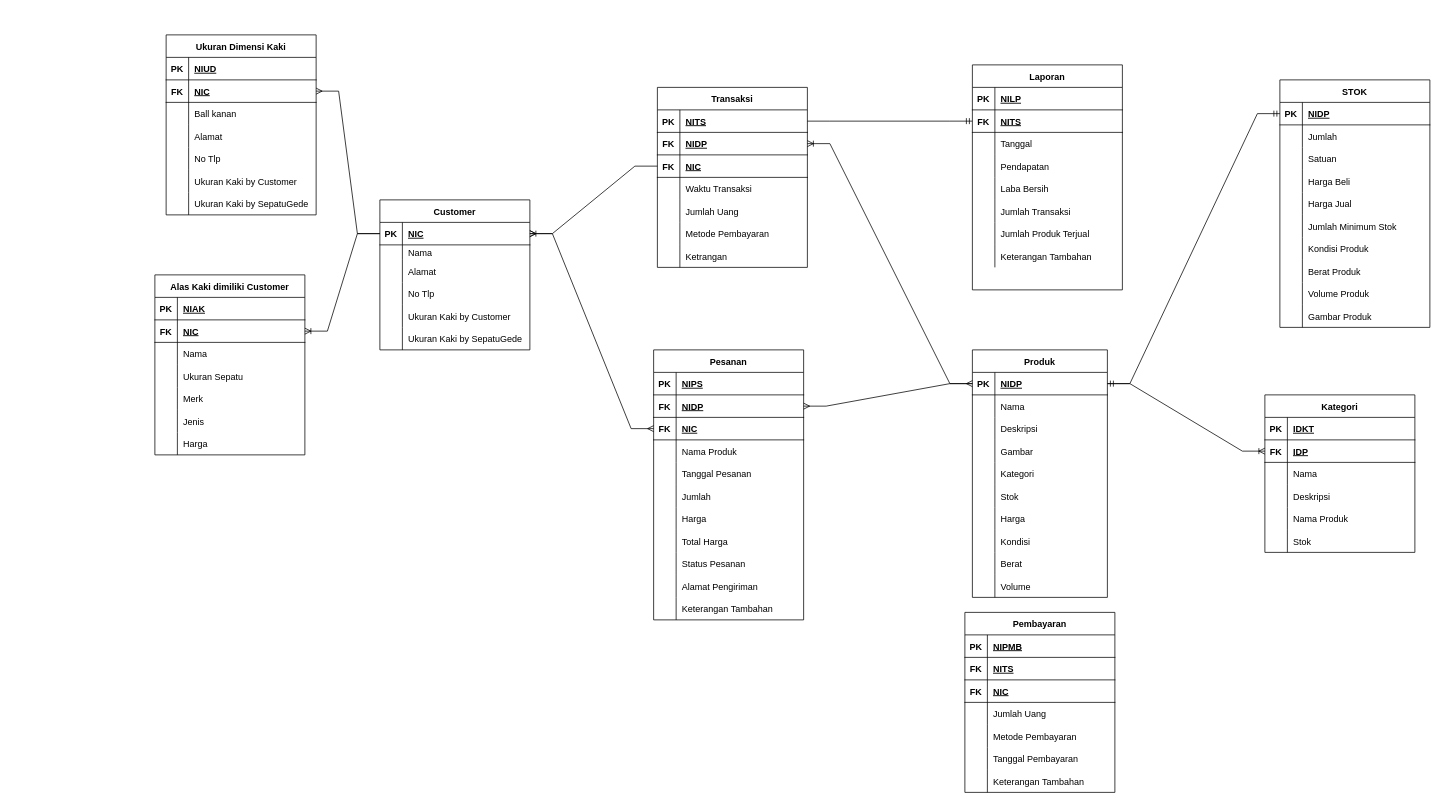
This is POS.drawio from zamzam-mugny/sage.github.io, a draw.io file, before an edit. Source tidied: cells renumbered, new cells numbered last; positions are measured from the earlier drawing's top-left corner, leaving out a move shared by most shapes. Both pictures are drawn from the tidied source at 75%, with x=0, y=0 at pixel (154, 34).
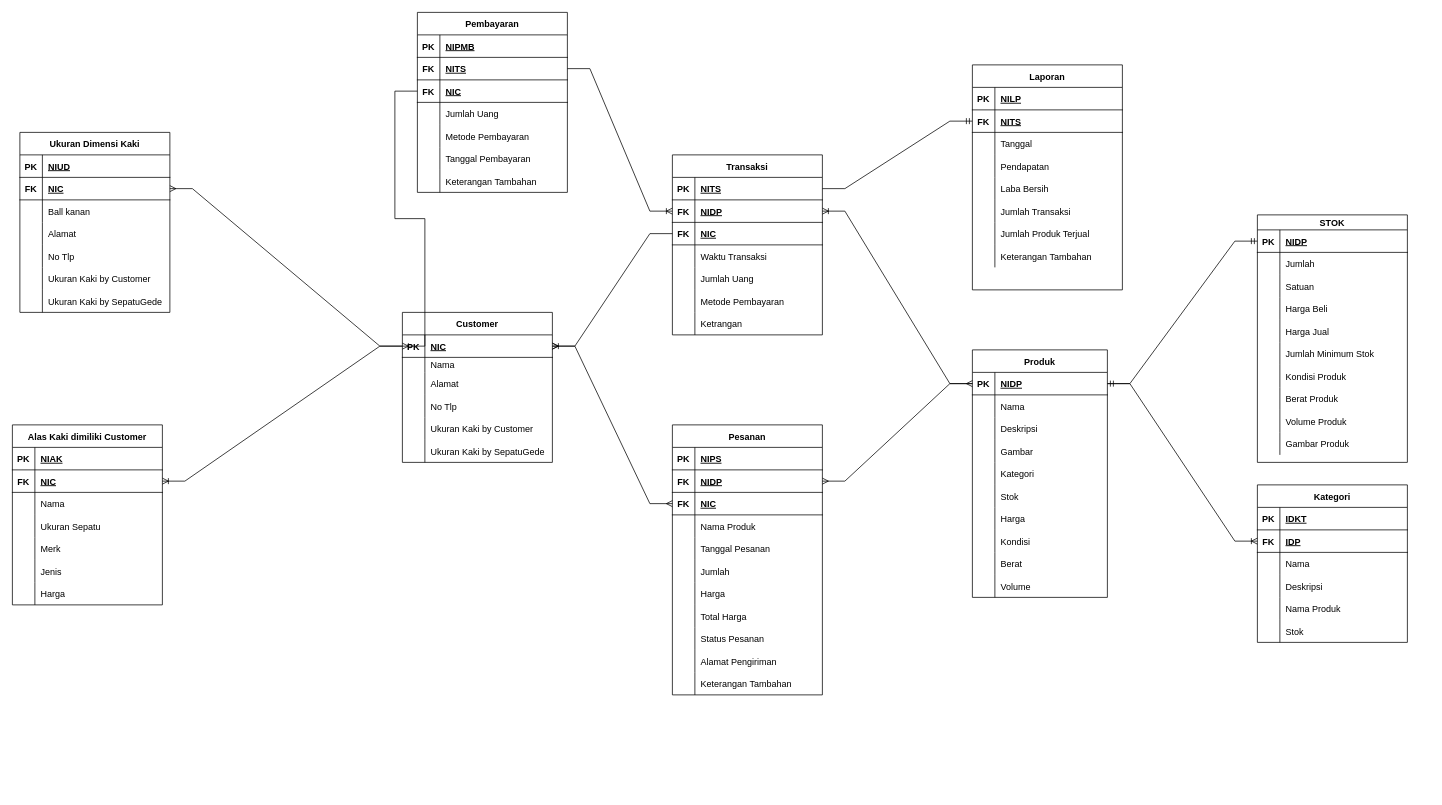
After the change.

Unchanged cells that the change refers to:
```xml
<mxCell id="3" style="shape=tableRow;horizontal=0;startSize=0;swimlaneHead=0;swimlaneBody=0;fillColor=none;points=[[0,0.5],[1,0.5]];portConstraint=eastwest;top=0;left=0;right=0;bottom=1;" parent="2" vertex="1">
  <mxGeometry y="30" width="200" height="30" as="geometry" />
</mxCell>
<mxCell id="125" style="shape=tableRow;horizontal=0;startSize=0;swimlaneHead=0;swimlaneBody=0;fillColor=none;points=[[0,0.5],[1,0.5]];portConstraint=eastwest;top=0;left=0;right=0;bottom=1;" parent="121" vertex="1">
  <mxGeometry y="60" width="200" height="30" as="geometry" />
</mxCell>
<mxCell id="203" style="shape=tableRow;horizontal=0;startSize=0;swimlaneHead=0;swimlaneBody=0;fillColor=none;points=[[0,0.5],[1,0.5]];portConstraint=eastwest;top=0;left=0;right=0;bottom=1;" parent="199" vertex="1">
  <mxGeometry y="60" width="200" height="30" as="geometry" />
</mxCell>
<mxCell id="206" style="shape=tableRow;horizontal=0;startSize=0;swimlaneHead=0;swimlaneBody=0;fillColor=none;points=[[0,0.5],[1,0.5]];portConstraint=eastwest;top=0;left=0;right=0;bottom=1;" parent="199" vertex="1">
  <mxGeometry y="90" width="200" height="30" as="geometry" />
</mxCell>
```

Change to the diagram source:
```diff
@@
     <mxCell id="2" value="Customer" style="shape=table;startSize=30;childLayout=tableLayout;rowLines=0;fontStyle=1;align=center;" parent="1" vertex="1">
-      <mxGeometry x="300" y="220" width="200" height="200" as="geometry" />
+      <mxGeometry x="330" y="370" width="200" height="200" as="geometry" />
     </mxCell>
@@
     <mxCell id="21" value="Alas Kaki dimiliki Customer" style="shape=table;startSize=30;childLayout=tableLayout;rowLines=0;fontStyle=1;align=center;" parent="1" vertex="1">
-      <mxGeometry y="320" width="200" height="240" as="geometry" />
+      <mxGeometry x="-190" y="520" width="200" height="240" as="geometry" />
     </mxCell>
@@
     <mxCell id="44" value="Ukuran Dimensi Kaki" style="shape=table;startSize=30;childLayout=tableLayout;rowLines=0;fontStyle=1;align=center;" parent="1" vertex="1">
-      <mxGeometry x="15" width="200" height="240" as="geometry" />
+      <mxGeometry x="-180" y="130" width="200" height="240" as="geometry" />
     </mxCell>
@@
     <mxCell id="67" value="Kategori" style="shape=table;startSize=30;childLayout=tableLayout;rowLines=0;fontStyle=1;align=center;" parent="1" vertex="1">
-      <mxGeometry x="1480" y="480" width="200" height="210" as="geometry" />
+      <mxGeometry x="1470" y="600" width="200" height="210" as="geometry" />
     </mxCell>
@@
     <mxCell id="87" value="Pesanan" style="shape=table;startSize=30;childLayout=tableLayout;rowLines=0;fontStyle=1;align=center;" parent="1" vertex="1">
-      <mxGeometry x="665" y="420" width="200" height="360" as="geometry" />
+      <mxGeometry x="690" y="520" width="200" height="360" as="geometry" />
     </mxCell>
@@
     <mxCell id="121" value="Transaksi" style="shape=table;startSize=30;childLayout=tableLayout;rowLines=0;fontStyle=1;align=center;" parent="1" vertex="1">
-      <mxGeometry x="670" y="70" width="200" height="240" as="geometry" />
+      <mxGeometry x="690" y="160" width="200" height="240" as="geometry" />
     </mxCell>
@@
-    <mxCell id="143" value="STOK" style="shape=table;startSize=30;childLayout=tableLayout;rowLines=0;fontStyle=1;align=center;" parent="1" vertex="1">
-      <mxGeometry x="1500" y="60" width="200" height="330" as="geometry" />
+    <mxCell id="143" value="STOK" style="shape=table;startSize=20;childLayout=tableLayout;rowLines=0;fontStyle=1;align=center;" parent="1" vertex="1">
+      <mxGeometry x="1470" y="240" width="200" height="330" as="geometry" />
     </mxCell>
     <mxCell id="144" style="shape=tableRow;horizontal=0;startSize=0;swimlaneHead=0;swimlaneBody=0;fillColor=none;points=[[0,0.5],[1,0.5]];portConstraint=eastwest;top=0;left=0;right=0;bottom=1;" parent="143" vertex="1">
-      <mxGeometry y="30" width="200" height="30" as="geometry" />
+      <mxGeometry y="20" width="200" height="30" as="geometry" />
     </mxCell>
@@
     <mxCell id="147" style="shape=tableRow;horizontal=0;startSize=0;swimlaneHead=0;swimlaneBody=0;fillColor=none;top=0;left=0;right=0;bottom=0;" parent="143" vertex="1">
-      <mxGeometry y="60" width="200" height="30" as="geometry" />
+      <mxGeometry y="50" width="200" height="30" as="geometry" />
     </mxCell>
@@
     <mxCell id="150" style="shape=tableRow;horizontal=0;startSize=0;swimlaneHead=0;swimlaneBody=0;fillColor=none;top=0;left=0;right=0;bottom=0;" parent="143" vertex="1">
-      <mxGeometry y="90" width="200" height="30" as="geometry" />
+      <mxGeometry y="80" width="200" height="30" as="geometry" />
     </mxCell>
@@
     <mxCell id="153" style="shape=tableRow;horizontal=0;startSize=0;swimlaneHead=0;swimlaneBody=0;fillColor=none;top=0;left=0;right=0;bottom=0;" parent="143" vertex="1">
-      <mxGeometry y="120" width="200" height="30" as="geometry" />
+      <mxGeometry y="110" width="200" height="30" as="geometry" />
     </mxCell>
@@
     <mxCell id="156" style="shape=tableRow;horizontal=0;startSize=0;swimlaneHead=0;swimlaneBody=0;fillColor=none;top=0;left=0;right=0;bottom=0;" parent="143" vertex="1">
-      <mxGeometry y="150" width="200" height="30" as="geometry" />
+      <mxGeometry y="140" width="200" height="30" as="geometry" />
     </mxCell>
@@
     <mxCell id="159" style="shape=tableRow;horizontal=0;startSize=0;swimlaneHead=0;swimlaneBody=0;fillColor=none;top=0;left=0;right=0;bottom=0;" parent="143" vertex="1">
-      <mxGeometry y="180" width="200" height="30" as="geometry" />
+      <mxGeometry y="170" width="200" height="30" as="geometry" />
     </mxCell>
@@
     <mxCell id="162" style="shape=tableRow;horizontal=0;startSize=0;swimlaneHead=0;swimlaneBody=0;fillColor=none;top=0;left=0;right=0;bottom=0;" parent="143" vertex="1">
-      <mxGeometry y="210" width="200" height="30" as="geometry" />
+      <mxGeometry y="200" width="200" height="30" as="geometry" />
     </mxCell>
@@
     <mxCell id="165" style="shape=tableRow;horizontal=0;startSize=0;swimlaneHead=0;swimlaneBody=0;fillColor=none;top=0;left=0;right=0;bottom=0;" parent="143" vertex="1">
-      <mxGeometry y="240" width="200" height="30" as="geometry" />
+      <mxGeometry y="230" width="200" height="30" as="geometry" />
     </mxCell>
@@
     <mxCell id="168" style="shape=tableRow;horizontal=0;startSize=0;swimlaneHead=0;swimlaneBody=0;fillColor=none;top=0;left=0;right=0;bottom=0;" parent="143" vertex="1">
-      <mxGeometry y="270" width="200" height="30" as="geometry" />
+      <mxGeometry y="260" width="200" height="30" as="geometry" />
     </mxCell>
@@
     <mxCell id="171" style="shape=tableRow;horizontal=0;startSize=0;swimlaneHead=0;swimlaneBody=0;fillColor=none;top=0;left=0;right=0;bottom=0;" parent="143" vertex="1">
-      <mxGeometry y="300" width="200" height="30" as="geometry" />
+      <mxGeometry y="290" width="200" height="30" as="geometry" />
     </mxCell>
@@
     <mxCell id="199" value="Pembayaran" style="shape=table;startSize=30;childLayout=tableLayout;rowLines=0;fontStyle=1;align=center;" parent="1" vertex="1">
-      <mxGeometry x="1080" y="770" width="200" height="240" as="geometry" />
+      <mxGeometry x="350" y="-30" width="200" height="240" as="geometry" />
     </mxCell>
@@
+    <mxCell id="258" style="edgeStyle=entityRelationEdgeStyle;fontSize=12;html=1;endArrow=ERoneToMany;rounded=0;exitX=0;exitY=0.5;exitDx=0;exitDy=0;entryX=0;entryY=0.5;entryDx=0;entryDy=0;" parent="1" edge="1" source="206" target="3">
+      <mxGeometry relative="1" as="geometry" />
+    </mxCell>
+    <mxCell id="259" style="edgeStyle=entityRelationEdgeStyle;fontSize=12;html=1;endArrow=ERoneToMany;rounded=0;entryX=0;entryY=0.5;entryDx=0;entryDy=0;" parent="1" edge="1" source="203" target="125">
+      <mxGeometry relative="1" as="geometry" />
+    </mxCell>
```
